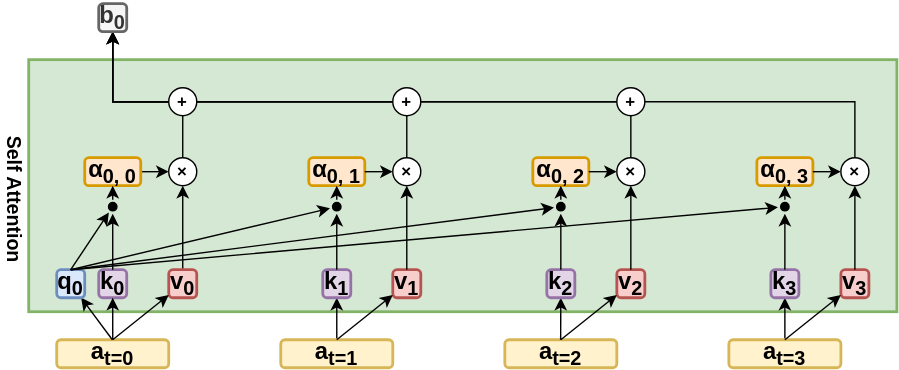
Earlier version of the draw.io export attention_qkv_out_single.svg (yyhtbs-yye/course_images). Source tidied: cells renumbered, new cells last; positions are measured from the earlier drawing's top-left corner, leaving out a move shared by most shapes. Source of this version:
```xml
<mxGraphModel>
  <root>
    <mxCell id="0" />
    <mxCell id="1" parent="0" />
    <mxCell id="2" style="rounded=0;whiteSpace=wrap;html=1;strokeWidth=2;fontSize=17;fontStyle=1;fillColor=#d5e8d4;strokeColor=#82b366;" parent="1" vertex="1">
      <mxGeometry x="90" y="40" width="620" height="180" as="geometry" />
    </mxCell>
    <mxCell id="3" value="Self Attention" style="text;html=1;strokeColor=none;fillColor=none;align=center;verticalAlign=middle;whiteSpace=wrap;rounded=0;rotation=90;fontStyle=1;fontSize=14;" parent="1" vertex="1">
      <mxGeometry y="130" width="160" height="20" as="geometry" />
    </mxCell>
    <mxCell id="4" value="a&lt;sub&gt;t=0&lt;/sub&gt;" style="rounded=1;whiteSpace=wrap;html=1;fontStyle=1;strokeWidth=2;fontSize=17;fillColor=#fff2cc;strokeColor=#d6b656;" parent="1" vertex="1">
      <mxGeometry x="110" y="240" width="80" height="20" as="geometry" />
    </mxCell>
    <mxCell id="5" style="edgeStyle=orthogonalEdgeStyle;rounded=0;jettySize=auto;html=1;fontStyle=1;" parent="1" edge="1" source="6" target="14">
      <mxGeometry relative="1" as="geometry" />
    </mxCell>
    <mxCell id="6" value="a&lt;sub&gt;t=1&lt;/sub&gt;" style="rounded=1;whiteSpace=wrap;html=1;fontStyle=1;strokeWidth=2;fontSize=17;fillColor=#fff2cc;strokeColor=#d6b656;" parent="1" vertex="1">
      <mxGeometry x="270" y="240" width="80" height="20" as="geometry" />
    </mxCell>
    <mxCell id="7" value="a&lt;sub&gt;t=2&lt;/sub&gt;" style="rounded=1;whiteSpace=wrap;html=1;fontStyle=1;strokeWidth=2;fontSize=17;fillColor=#fff2cc;strokeColor=#d6b656;" parent="1" vertex="1">
      <mxGeometry x="430" y="240" width="80" height="20" as="geometry" />
    </mxCell>
    <mxCell id="8" style="edgeStyle=orthogonalEdgeStyle;rounded=0;jettySize=auto;html=1;fontStyle=1;" parent="1" edge="1" source="9" target="15">
      <mxGeometry relative="1" as="geometry" />
    </mxCell>
    <mxCell id="9" value="a&lt;sub&gt;t=3&lt;/sub&gt;" style="rounded=1;whiteSpace=wrap;html=1;fontStyle=1;strokeWidth=2;fontSize=17;fillColor=#fff2cc;strokeColor=#d6b656;" parent="1" vertex="1">
      <mxGeometry x="590" y="240" width="80" height="20" as="geometry" />
    </mxCell>
    <mxCell id="10" style="endArrow=classic;html=1;rounded=0;fontStyle=1;" parent="1" edge="1" target="12">
      <mxGeometry relative="1" as="geometry">
        <mxPoint x="149.7" y="240" as="sourcePoint" />
      </mxGeometry>
    </mxCell>
    <mxCell id="11" style="endArrow=classic;html=1;rounded=0;fontStyle=1;" parent="1" edge="1" target="13">
      <mxGeometry relative="1" as="geometry">
        <mxPoint x="469.9" y="240" as="sourcePoint" />
      </mxGeometry>
    </mxCell>
    <mxCell id="12" value="q&lt;sub&gt;0&lt;/sub&gt;" style="rounded=1;whiteSpace=wrap;html=1;fontStyle=1;strokeWidth=2;fontSize=17;fillColor=#dae8fc;strokeColor=#6c8ebf;" parent="1" vertex="1">
      <mxGeometry x="110" y="190" width="20" height="20" as="geometry" />
    </mxCell>
    <mxCell id="13" value="k&lt;sub&gt;2&lt;/sub&gt;" style="rounded=1;whiteSpace=wrap;html=1;fontStyle=1;strokeWidth=2;fontSize=17;fillColor=#e1d5e7;strokeColor=#9673a6;" parent="1" vertex="1">
      <mxGeometry x="460" y="190" width="20" height="20" as="geometry" />
    </mxCell>
    <mxCell id="14" value="k&lt;sub&gt;1&lt;/sub&gt;" style="rounded=1;whiteSpace=wrap;html=1;fontStyle=1;strokeWidth=2;fontSize=17;fillColor=#e1d5e7;strokeColor=#9673a6;" parent="1" vertex="1">
      <mxGeometry x="300" y="190" width="20" height="20" as="geometry" />
    </mxCell>
    <mxCell id="15" value="k&lt;sub&gt;3&lt;/sub&gt;" style="rounded=1;whiteSpace=wrap;html=1;fontStyle=1;strokeWidth=2;fontSize=17;fillColor=#e1d5e7;strokeColor=#9673a6;" parent="1" vertex="1">
      <mxGeometry x="620" y="190" width="20" height="20" as="geometry" />
    </mxCell>
    <mxCell id="16" style="rounded=0;jettySize=auto;html=1;fontStyle=1;" parent="1" edge="1" source="14">
      <mxGeometry relative="1" as="geometry">
        <mxPoint x="310" y="150" as="targetPoint" />
      </mxGeometry>
    </mxCell>
    <mxCell id="17" style="rounded=0;jettySize=auto;html=1;fontStyle=1;" parent="1" edge="1" source="13">
      <mxGeometry relative="1" as="geometry">
        <mxPoint x="470" y="150" as="targetPoint" />
      </mxGeometry>
    </mxCell>
    <mxCell id="18" style="rounded=0;jettySize=auto;html=1;fontStyle=1;" parent="1" edge="1" source="15">
      <mxGeometry relative="1" as="geometry">
        <mxPoint x="630" y="150" as="targetPoint" />
      </mxGeometry>
    </mxCell>
    <mxCell id="19" style="rounded=0;jettySize=auto;html=1;exitX=0.5;exitY=0;exitDx=0;exitDy=0;fontStyle=1;" parent="1" edge="1" source="12">
      <mxGeometry relative="1" as="geometry">
        <mxPoint x="625" y="145.4" as="targetPoint" />
      </mxGeometry>
    </mxCell>
    <mxCell id="20" value="k&lt;sub&gt;0&lt;/sub&gt;" style="rounded=1;whiteSpace=wrap;html=1;fontStyle=1;strokeWidth=2;fontSize=17;fillColor=#e1d5e7;strokeColor=#9673a6;" parent="1" vertex="1">
      <mxGeometry x="140" y="190" width="20" height="20" as="geometry" />
    </mxCell>
    <mxCell id="21" style="rounded=0;jettySize=auto;html=1;exitX=0.5;exitY=0;exitDx=0;exitDy=0;fontStyle=1;" parent="1" edge="1" source="12">
      <mxGeometry relative="1" as="geometry">
        <mxPoint x="305.1" y="146.2" as="targetPoint" />
      </mxGeometry>
    </mxCell>
    <mxCell id="22" style="rounded=0;jettySize=auto;html=1;exitX=0.5;exitY=0;exitDx=0;exitDy=0;fontStyle=1;" parent="1" edge="1" source="12">
      <mxGeometry relative="1" as="geometry">
        <mxPoint x="465" y="145.6" as="targetPoint" />
      </mxGeometry>
    </mxCell>
    <mxCell id="23" style="rounded=0;jettySize=auto;html=1;exitX=0.5;exitY=0;exitDx=0;exitDy=0;fontStyle=1;" parent="1" edge="1" source="12">
      <mxGeometry relative="1" as="geometry">
        <mxPoint x="147.2" y="149.2" as="targetPoint" />
      </mxGeometry>
    </mxCell>
    <mxCell id="24" style="rounded=0;jettySize=auto;html=1;fontStyle=1;" parent="1" edge="1" source="4" target="20">
      <mxGeometry relative="1" as="geometry" />
    </mxCell>
    <mxCell id="25" style="edgeStyle=orthogonalEdgeStyle;rounded=0;jettySize=auto;html=1;fontStyle=1;" parent="1" edge="1" source="20">
      <mxGeometry relative="1" as="geometry">
        <mxPoint x="150" y="150" as="targetPoint" />
      </mxGeometry>
    </mxCell>
    <mxCell id="26" value="α&lt;sub&gt;0, 1&lt;/sub&gt;" style="rounded=1;whiteSpace=wrap;html=1;fontStyle=1;strokeWidth=2;fontSize=17;fillColor=#ffe6cc;strokeColor=#d79b00;" parent="1" vertex="1">
      <mxGeometry x="290" y="110" width="40" height="20" as="geometry" />
    </mxCell>
    <mxCell id="27" value="α&lt;sub&gt;0, 2&lt;/sub&gt;" style="rounded=1;whiteSpace=wrap;html=1;fontStyle=1;strokeWidth=2;fontSize=17;fillColor=#ffe6cc;strokeColor=#d79b00;" parent="1" vertex="1">
      <mxGeometry x="450" y="110" width="40" height="20" as="geometry" />
    </mxCell>
    <mxCell id="28" style="rounded=0;jettySize=auto;html=1;exitX=0.5;exitY=0;exitDx=0;exitDy=0;" parent="1" edge="1" source="65" target="58">
      <mxGeometry relative="1" as="geometry">
        <Array as="points">
          <mxPoint x="680" y="70" />
          <mxPoint x="150" y="70" />
        </Array>
      </mxGeometry>
    </mxCell>
    <mxCell id="29" value="α&lt;sub&gt;0, 3&lt;/sub&gt;" style="rounded=1;whiteSpace=wrap;html=1;fontStyle=1;strokeWidth=2;fontSize=17;fillColor=#ffe6cc;strokeColor=#d79b00;" parent="1" vertex="1">
      <mxGeometry x="610" y="110" width="40" height="20" as="geometry" />
    </mxCell>
    <mxCell id="30" style="rounded=0;jettySize=auto;html=1;fontStyle=1;" parent="1" edge="1" source="31">
      <mxGeometry relative="1" as="geometry">
        <mxPoint x="190" y="120" as="targetPoint" />
      </mxGeometry>
    </mxCell>
    <mxCell id="31" value="α&lt;sub&gt;0, 0&lt;/sub&gt;" style="rounded=1;whiteSpace=wrap;html=1;fontStyle=1;strokeWidth=2;fontSize=17;fillColor=#ffe6cc;strokeColor=#d79b00;" parent="1" vertex="1">
      <mxGeometry x="130" y="110" width="40" height="20" as="geometry" />
    </mxCell>
    <mxCell id="32" style="rounded=0;jettySize=auto;html=1;fontStyle=1;" parent="1" edge="1" target="31">
      <mxGeometry relative="1" as="geometry">
        <mxPoint x="150" y="140" as="sourcePoint" />
      </mxGeometry>
    </mxCell>
    <mxCell id="33" style="rounded=0;jettySize=auto;html=1;fontStyle=1;" parent="1" edge="1" target="26">
      <mxGeometry relative="1" as="geometry">
        <mxPoint x="310" y="140" as="sourcePoint" />
      </mxGeometry>
    </mxCell>
    <mxCell id="34" style="rounded=0;jettySize=auto;html=1;fontStyle=1;" parent="1" edge="1" target="27">
      <mxGeometry relative="1" as="geometry">
        <mxPoint x="470" y="140" as="sourcePoint" />
      </mxGeometry>
    </mxCell>
    <mxCell id="35" style="rounded=0;jettySize=auto;html=1;fontStyle=1;" parent="1" edge="1" target="29">
      <mxGeometry relative="1" as="geometry">
        <mxPoint x="630" y="140" as="sourcePoint" />
      </mxGeometry>
    </mxCell>
    <mxCell id="36" style="ellipse;whiteSpace=wrap;html=1;fillColor=#000000;fontStyle=1;" parent="1" vertex="1">
      <mxGeometry x="147" y="142" width="6" height="6" as="geometry" />
    </mxCell>
    <mxCell id="37" style="ellipse;whiteSpace=wrap;html=1;fillColor=#000000;fontStyle=1;" parent="1" vertex="1">
      <mxGeometry x="307" y="142" width="6" height="6" as="geometry" />
    </mxCell>
    <mxCell id="38" style="ellipse;whiteSpace=wrap;html=1;fillColor=#000000;fontStyle=1;" parent="1" vertex="1">
      <mxGeometry x="467" y="142" width="6" height="6" as="geometry" />
    </mxCell>
    <mxCell id="39" style="ellipse;whiteSpace=wrap;html=1;fillColor=#000000;fontStyle=1;" parent="1" vertex="1">
      <mxGeometry x="627" y="142" width="6" height="6" as="geometry" />
    </mxCell>
    <mxCell id="40" style="rounded=0;jettySize=auto;html=1;fontStyle=1;" parent="1" edge="1" source="41">
      <mxGeometry relative="1" as="geometry">
        <mxPoint x="200" y="130" as="targetPoint" />
      </mxGeometry>
    </mxCell>
    <mxCell id="41" value="v&lt;sub&gt;0&lt;/sub&gt;" style="rounded=1;whiteSpace=wrap;html=1;fontStyle=1;strokeWidth=2;fontSize=17;fillColor=#f8cecc;strokeColor=#b85450;" parent="1" vertex="1">
      <mxGeometry x="190" y="190" width="20" height="20" as="geometry" />
    </mxCell>
    <mxCell id="42" value="v&lt;sub&gt;1&lt;/sub&gt;" style="rounded=1;whiteSpace=wrap;html=1;fontStyle=1;strokeWidth=2;fontSize=17;fillColor=#f8cecc;strokeColor=#b85450;" parent="1" vertex="1">
      <mxGeometry x="350" y="190" width="20" height="20" as="geometry" />
    </mxCell>
    <mxCell id="43" value="v&lt;sub&gt;2&lt;/sub&gt;" style="rounded=1;whiteSpace=wrap;html=1;fontStyle=1;strokeWidth=2;fontSize=17;fillColor=#f8cecc;strokeColor=#b85450;" parent="1" vertex="1">
      <mxGeometry x="510" y="190" width="20" height="20" as="geometry" />
    </mxCell>
    <mxCell id="44" value="v&lt;sub&gt;3&lt;/sub&gt;" style="rounded=1;whiteSpace=wrap;html=1;fontStyle=1;strokeWidth=2;fontSize=17;fillColor=#f8cecc;strokeColor=#b85450;" parent="1" vertex="1">
      <mxGeometry x="670" y="190" width="20" height="20" as="geometry" />
    </mxCell>
    <mxCell id="45" style="rounded=0;jettySize=auto;html=1;fontStyle=1;" parent="1" edge="1" target="41">
      <mxGeometry relative="1" as="geometry">
        <mxPoint x="150" y="240" as="sourcePoint" />
      </mxGeometry>
    </mxCell>
    <mxCell id="46" style="rounded=0;jettySize=auto;html=1;exitX=0.5;exitY=0;exitDx=0;exitDy=0;fontStyle=1;" parent="1" edge="1" source="6" target="42">
      <mxGeometry relative="1" as="geometry" />
    </mxCell>
    <mxCell id="47" style="rounded=0;jettySize=auto;html=1;exitX=0.5;exitY=0;exitDx=0;exitDy=0;fontStyle=1;" parent="1" edge="1" source="7" target="43">
      <mxGeometry relative="1" as="geometry" />
    </mxCell>
    <mxCell id="48" style="rounded=0;jettySize=auto;html=1;fontStyle=1;" parent="1" edge="1" target="44">
      <mxGeometry relative="1" as="geometry">
        <mxPoint x="630" y="240" as="sourcePoint" />
      </mxGeometry>
    </mxCell>
    <mxCell id="49" style="rounded=0;jettySize=auto;html=1;exitX=0.5;exitY=0;exitDx=0;exitDy=0;" parent="1" edge="1" target="58">
      <mxGeometry relative="1" as="geometry">
        <mxPoint x="200" y="110" as="sourcePoint" />
        <Array as="points">
          <mxPoint x="200" y="70" />
          <mxPoint x="150" y="70" />
        </Array>
      </mxGeometry>
    </mxCell>
    <mxCell id="50" style="rounded=0;jettySize=auto;html=1;fontStyle=1;" parent="1" edge="1" source="26">
      <mxGeometry relative="1" as="geometry">
        <mxPoint x="350" y="120" as="targetPoint" />
      </mxGeometry>
    </mxCell>
    <mxCell id="51" style="rounded=0;jettySize=auto;html=1;fontStyle=1;" parent="1" edge="1" source="42">
      <mxGeometry relative="1" as="geometry">
        <mxPoint x="360" y="130" as="targetPoint" />
      </mxGeometry>
    </mxCell>
    <mxCell id="52" style="rounded=0;jettySize=auto;html=1;exitX=0.5;exitY=0;exitDx=0;exitDy=0;" parent="1" edge="1" target="58">
      <mxGeometry relative="1" as="geometry">
        <mxPoint x="360" y="110" as="sourcePoint" />
        <Array as="points">
          <mxPoint x="360" y="70" />
          <mxPoint x="150" y="70" />
        </Array>
      </mxGeometry>
    </mxCell>
    <mxCell id="53" style="rounded=0;jettySize=auto;html=1;fontStyle=1;" parent="1" edge="1" source="27">
      <mxGeometry relative="1" as="geometry">
        <mxPoint x="510" y="120" as="targetPoint" />
      </mxGeometry>
    </mxCell>
    <mxCell id="54" style="rounded=0;jettySize=auto;html=1;fontStyle=1;" parent="1" edge="1" source="43">
      <mxGeometry relative="1" as="geometry">
        <mxPoint x="520" y="130" as="targetPoint" />
      </mxGeometry>
    </mxCell>
    <mxCell id="55" style="rounded=0;jettySize=auto;html=1;exitX=0.5;exitY=0;exitDx=0;exitDy=0;" parent="1" edge="1" target="58">
      <mxGeometry relative="1" as="geometry">
        <mxPoint x="520" y="110" as="sourcePoint" />
        <Array as="points">
          <mxPoint x="520" y="70" />
          <mxPoint x="150" y="70" />
        </Array>
      </mxGeometry>
    </mxCell>
    <mxCell id="56" style="rounded=0;jettySize=auto;html=1;fontStyle=1;" parent="1" edge="1" source="29">
      <mxGeometry relative="1" as="geometry">
        <mxPoint x="670" y="120" as="targetPoint" />
      </mxGeometry>
    </mxCell>
    <mxCell id="57" style="rounded=0;jettySize=auto;html=1;fontStyle=1;" parent="1" edge="1" source="44">
      <mxGeometry relative="1" as="geometry">
        <mxPoint x="680" y="130" as="targetPoint" />
      </mxGeometry>
    </mxCell>
    <mxCell id="58" value="b&lt;sub&gt;0&lt;/sub&gt;" style="rounded=1;whiteSpace=wrap;html=1;fontStyle=1;strokeWidth=2;fontSize=17;fillColor=#f5f5f5;strokeColor=#666666;fontColor=#333333;" parent="1" vertex="1">
      <mxGeometry x="140" width="20" height="20" as="geometry" />
    </mxCell>
    <mxCell id="59" value="+" style="ellipse;whiteSpace=wrap;html=1;fontStyle=1;" parent="1" vertex="1">
      <mxGeometry x="190" y="60" width="20" height="20" as="geometry" />
    </mxCell>
    <mxCell id="60" value="+" style="ellipse;whiteSpace=wrap;html=1;fontStyle=1;" parent="1" vertex="1">
      <mxGeometry x="350" y="60" width="20" height="20" as="geometry" />
    </mxCell>
    <mxCell id="61" value="+" style="ellipse;whiteSpace=wrap;html=1;fontStyle=1;" parent="1" vertex="1">
      <mxGeometry x="510" y="60" width="20" height="20" as="geometry" />
    </mxCell>
    <mxCell id="62" value="×" style="ellipse;whiteSpace=wrap;html=1;fontStyle=1;" parent="1" vertex="1">
      <mxGeometry x="190" y="110" width="20" height="20" as="geometry" />
    </mxCell>
    <mxCell id="63" value="×" style="ellipse;whiteSpace=wrap;html=1;fontStyle=1;" parent="1" vertex="1">
      <mxGeometry x="350" y="110" width="20" height="20" as="geometry" />
    </mxCell>
    <mxCell id="64" value="×" style="ellipse;whiteSpace=wrap;html=1;fontStyle=1;" parent="1" vertex="1">
      <mxGeometry x="510" y="110" width="20" height="20" as="geometry" />
    </mxCell>
    <mxCell id="65" value="×" style="ellipse;whiteSpace=wrap;html=1;fontStyle=1;" parent="1" vertex="1">
      <mxGeometry x="670" y="110" width="20" height="20" as="geometry" />
    </mxCell>
  </root>
</mxGraphModel>
```
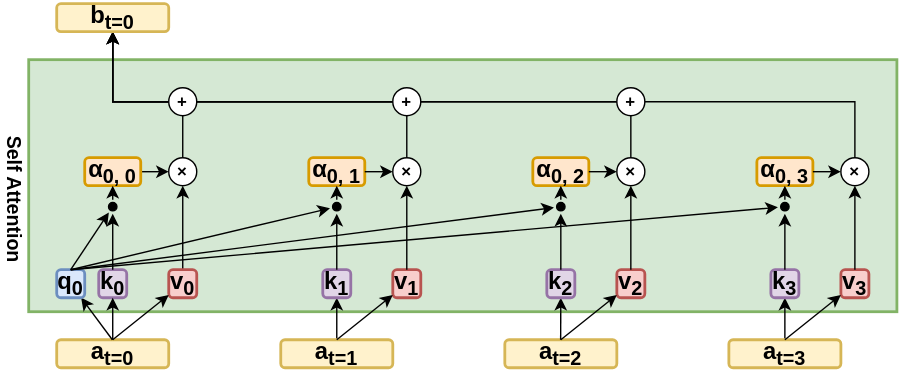
Above is the later version.

Diff of the diagram source:
```diff
@@ -100,8 +100,9 @@
     <mxCell id="27" value="α&lt;sub&gt;0, 2&lt;/sub&gt;" style="rounded=1;whiteSpace=wrap;html=1;fontStyle=1;strokeWidth=2;fontSize=17;fillColor=#ffe6cc;strokeColor=#d79b00;" parent="1" vertex="1">
       <mxGeometry x="450" y="110" width="40" height="20" as="geometry" />
     </mxCell>
-    <mxCell id="28" style="rounded=0;jettySize=auto;html=1;exitX=0.5;exitY=0;exitDx=0;exitDy=0;" parent="1" edge="1" source="65" target="58">
+    <mxCell id="28" style="rounded=0;jettySize=auto;html=1;exitX=0.5;exitY=0;exitDx=0;exitDy=0;" parent="1" edge="1" source="65">
       <mxGeometry relative="1" as="geometry">
+        <mxPoint x="150" y="20" as="targetPoint" />
         <Array as="points">
           <mxPoint x="680" y="70" />
           <mxPoint x="150" y="70" />
@@ -184,9 +185,10 @@
         <mxPoint x="630" y="240" as="sourcePoint" />
       </mxGeometry>
     </mxCell>
-    <mxCell id="49" style="rounded=0;jettySize=auto;html=1;exitX=0.5;exitY=0;exitDx=0;exitDy=0;" parent="1" edge="1" target="58">
+    <mxCell id="49" style="rounded=0;orthogonalLoop=1;jettySize=auto;html=1;exitX=0.5;exitY=0;exitDx=0;exitDy=0;" parent="1" edge="1">
       <mxGeometry relative="1" as="geometry">
         <mxPoint x="200" y="110" as="sourcePoint" />
+        <mxPoint x="150" y="20" as="targetPoint" />
         <Array as="points">
           <mxPoint x="200" y="70" />
           <mxPoint x="150" y="70" />
@@ -203,9 +205,10 @@
         <mxPoint x="360" y="130" as="targetPoint" />
       </mxGeometry>
     </mxCell>
-    <mxCell id="52" style="rounded=0;jettySize=auto;html=1;exitX=0.5;exitY=0;exitDx=0;exitDy=0;" parent="1" edge="1" target="58">
+    <mxCell id="52" style="rounded=0;orthogonalLoop=1;jettySize=auto;html=1;exitX=0.5;exitY=0;exitDx=0;exitDy=0;" parent="1" edge="1">
       <mxGeometry relative="1" as="geometry">
         <mxPoint x="360" y="110" as="sourcePoint" />
+        <mxPoint x="150" y="20" as="targetPoint" />
         <Array as="points">
           <mxPoint x="360" y="70" />
           <mxPoint x="150" y="70" />
@@ -222,9 +225,10 @@
         <mxPoint x="520" y="130" as="targetPoint" />
       </mxGeometry>
     </mxCell>
-    <mxCell id="55" style="rounded=0;jettySize=auto;html=1;exitX=0.5;exitY=0;exitDx=0;exitDy=0;" parent="1" edge="1" target="58">
+    <mxCell id="55" style="rounded=0;orthogonalLoop=1;jettySize=auto;html=1;exitX=0.5;exitY=0;exitDx=0;exitDy=0;" parent="1" edge="1">
       <mxGeometry relative="1" as="geometry">
         <mxPoint x="520" y="110" as="sourcePoint" />
+        <mxPoint x="150" y="20" as="targetPoint" />
         <Array as="points">
           <mxPoint x="520" y="70" />
           <mxPoint x="150" y="70" />
@@ -241,9 +245,6 @@
         <mxPoint x="680" y="130" as="targetPoint" />
       </mxGeometry>
     </mxCell>
-    <mxCell id="58" value="b&lt;sub&gt;0&lt;/sub&gt;" style="rounded=1;whiteSpace=wrap;html=1;fontStyle=1;strokeWidth=2;fontSize=17;fillColor=#f5f5f5;strokeColor=#666666;fontColor=#333333;" parent="1" vertex="1">
-      <mxGeometry x="140" width="20" height="20" as="geometry" />
-    </mxCell>
     <mxCell id="59" value="+" style="ellipse;whiteSpace=wrap;html=1;fontStyle=1;" parent="1" vertex="1">
       <mxGeometry x="190" y="60" width="20" height="20" as="geometry" />
     </mxCell>
@@ -265,5 +266,8 @@
     <mxCell id="65" value="×" style="ellipse;whiteSpace=wrap;html=1;fontStyle=1;" parent="1" vertex="1">
       <mxGeometry x="670" y="110" width="20" height="20" as="geometry" />
     </mxCell>
+    <mxCell id="66" value="b&lt;sub&gt;t=0&lt;/sub&gt;" style="rounded=1;whiteSpace=wrap;html=1;fontStyle=1;strokeWidth=2;fontSize=17;fillColor=#fff2cc;strokeColor=#d6b656;" parent="1" vertex="1">
+      <mxGeometry x="110" width="80" height="20" as="geometry" />
+    </mxCell>
   </root>
 </mxGraphModel>
```
